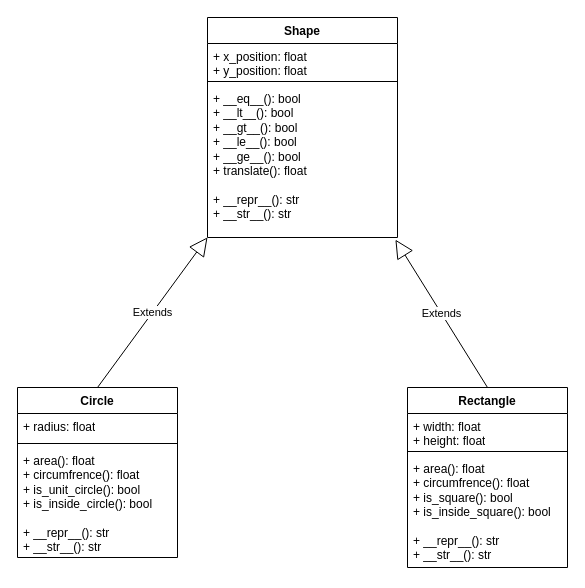
Janandersov/python-programming-JAN-ANDERS-OVERGARD keeps this draw.io diagram as Labs/Lab 3/Labb 3 class diagram.drawio. Above is the earlier version. Source tidied: cells renumbered, new cells numbered last; positions are measured from the earlier drawing's top-left corner, leaving out a move shared by most shapes. Both pictures are drawn from the tidied source at 100%, with x=0, y=0 at pixel (17, 17).
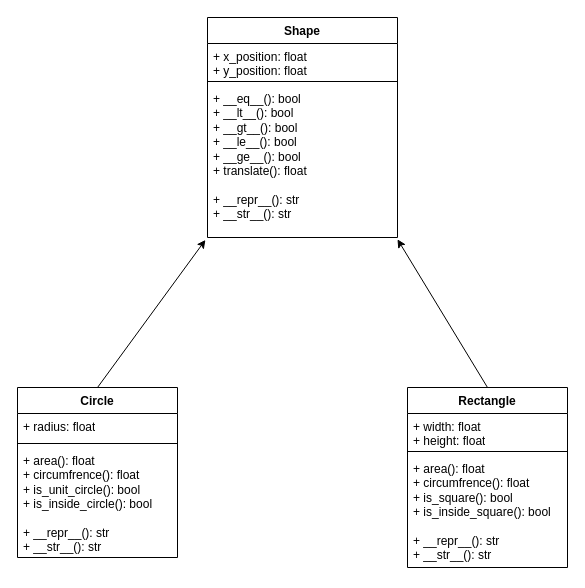
The same diagram, later.

Commit message (it also covers changes not shown here):
Edited class diagram

Change to the diagram source:
```diff
@@
 <mxGraphModel>
   <root>
     <mxCell id="0" />
     <mxCell id="1" parent="0" />
     <mxCell id="2" value="Shape" style="swimlane;fontStyle=1;align=center;verticalAlign=top;horizontal=1;startSize=26;whiteSpace=wrap;html=1;" parent="1" vertex="1">
       <mxGeometry x="190" width="190" height="220" as="geometry" />
     </mxCell>
     <mxCell id="3" value="+ x_position: float&lt;br&gt;+ y_position: float" style="text;strokeColor=none;fillColor=none;align=left;verticalAlign=top;spacingLeft=4;spacingRight=4;overflow=hidden;whiteSpace=wrap;html=1;" parent="2" vertex="1">
       <mxGeometry y="26" width="190" height="34" as="geometry" />
     </mxCell>
     <mxCell id="4" style="line;strokeWidth=1;fillColor=none;align=left;verticalAlign=middle;spacingTop=-1;spacingLeft=3;spacingRight=3;labelPosition=right;strokeColor=inherit;" parent="2" vertex="1">
       <mxGeometry y="60" width="190" height="8" as="geometry" />
     </mxCell>
     <mxCell id="5" value="+ __eq__(): bool&lt;br&gt;+ __lt__(): bool&lt;br&gt;+ __gt__(): bool&lt;br&gt;+ __le__(): bool&lt;br&gt;+ __ge__(): bool&lt;br&gt;+ translate(): float&lt;br&gt;&amp;nbsp;&lt;br&gt;+ __repr__(): str&lt;br&gt;+ __str__(): str" style="text;strokeColor=none;fillColor=none;align=left;verticalAlign=top;spacingLeft=4;spacingRight=4;overflow=hidden;points=[[0,0.5],[1,0.5]];portConstraint=eastwest;whiteSpace=wrap;html=1;" parent="2" vertex="1">
       <mxGeometry y="68" width="190" height="152" as="geometry" />
     </mxCell>
     <mxCell id="6" value="Rectangle" style="swimlane;fontStyle=1;align=center;verticalAlign=top;horizontal=1;startSize=26;whiteSpace=wrap;html=1;" parent="1" vertex="1">
       <mxGeometry x="390" y="370" width="160" height="180" as="geometry" />
     </mxCell>
     <mxCell id="7" value="+ width: float&lt;br&gt;+ height: float" style="text;strokeColor=none;fillColor=none;align=left;verticalAlign=top;spacingLeft=4;spacingRight=4;overflow=hidden;whiteSpace=wrap;html=1;" parent="6" vertex="1">
       <mxGeometry y="26" width="160" height="34" as="geometry" />
     </mxCell>
     <mxCell id="8" style="line;strokeWidth=1;fillColor=none;align=left;verticalAlign=middle;spacingTop=-1;spacingLeft=3;spacingRight=3;labelPosition=right;strokeColor=inherit;" parent="6" vertex="1">
       <mxGeometry y="60" width="160" height="8" as="geometry" />
     </mxCell>
     <mxCell id="9" value="+ area(): float&lt;br&gt;+ circumfrence(): float&lt;br&gt;+ is_square(): bool&lt;br&gt;+ is_inside_square(): bool&lt;br&gt;&lt;br&gt;+ __repr__(): str&lt;br&gt;+ __str__(): str" style="text;strokeColor=none;fillColor=none;align=left;verticalAlign=top;spacingLeft=4;spacingRight=4;overflow=hidden;whiteSpace=wrap;html=1;" parent="6" vertex="1">
       <mxGeometry y="68" width="160" height="112" as="geometry" />
     </mxCell>
     <mxCell id="10" value="Circle" style="swimlane;fontStyle=1;align=center;verticalAlign=top;horizontal=1;startSize=26;whiteSpace=wrap;html=1;" parent="1" vertex="1">
       <mxGeometry y="370" width="160" height="170" as="geometry" />
     </mxCell>
     <mxCell id="11" value="+ radius: float" style="text;strokeColor=none;fillColor=none;align=left;verticalAlign=top;spacingLeft=4;spacingRight=4;overflow=hidden;whiteSpace=wrap;html=1;" parent="10" vertex="1">
       <mxGeometry y="26" width="160" height="26" as="geometry" />
     </mxCell>
     <mxCell id="12" style="line;strokeWidth=1;fillColor=none;align=left;verticalAlign=middle;spacingTop=-1;spacingLeft=3;spacingRight=3;labelPosition=right;strokeColor=inherit;" parent="10" vertex="1">
       <mxGeometry y="52" width="160" height="8" as="geometry" />
     </mxCell>
     <mxCell id="13" value="+ area(): float&lt;br&gt;+ circumfrence(): float&lt;br&gt;+ is_unit_circle(): bool&lt;br&gt;+ is_inside_circle(): bool&lt;br&gt;&lt;br&gt;+ __repr__(): str&lt;br&gt;+ __str__(): str" style="text;strokeColor=none;fillColor=none;align=left;verticalAlign=top;spacingLeft=4;spacingRight=4;overflow=hidden;whiteSpace=wrap;html=1;" parent="10" vertex="1">
       <mxGeometry y="60" width="160" height="110" as="geometry" />
     </mxCell>
-    <mxCell id="14" value="Extends" style="endArrow=block;endSize=16;endFill=0;html=1;rounded=0;exitX=0.5;exitY=0;exitDx=0;exitDy=0;entryX=0;entryY=0.999;entryDx=0;entryDy=0;entryPerimeter=0;" parent="1" edge="1" source="10" target="5">
+    <mxCell id="14" style="endArrow=classic;html=1;rounded=0;exitX=0.5;exitY=0;exitDx=0;exitDy=0;entryX=-0.011;entryY=1.016;entryDx=0;entryDy=0;entryPerimeter=0;" parent="1" edge="1" source="10" target="5">
       <mxGeometry relative="1" as="geometry" />
     </mxCell>
-    <mxCell id="15" value="Extends" style="endArrow=block;endSize=16;endFill=0;html=1;rounded=0;exitX=0.5;exitY=0;exitDx=0;exitDy=0;entryX=0.989;entryY=1.014;entryDx=0;entryDy=0;entryPerimeter=0;" parent="1" edge="1" source="6" target="5">
+    <mxCell id="15" style="endArrow=classic;html=1;rounded=0;exitX=0.5;exitY=0;exitDx=0;exitDy=0;entryX=1;entryY=1.012;entryDx=0;entryDy=0;entryPerimeter=0;" parent="1" edge="1" source="6" target="5">
       <mxGeometry relative="1" as="geometry" />
     </mxCell>
   </root>
 </mxGraphModel>
```
